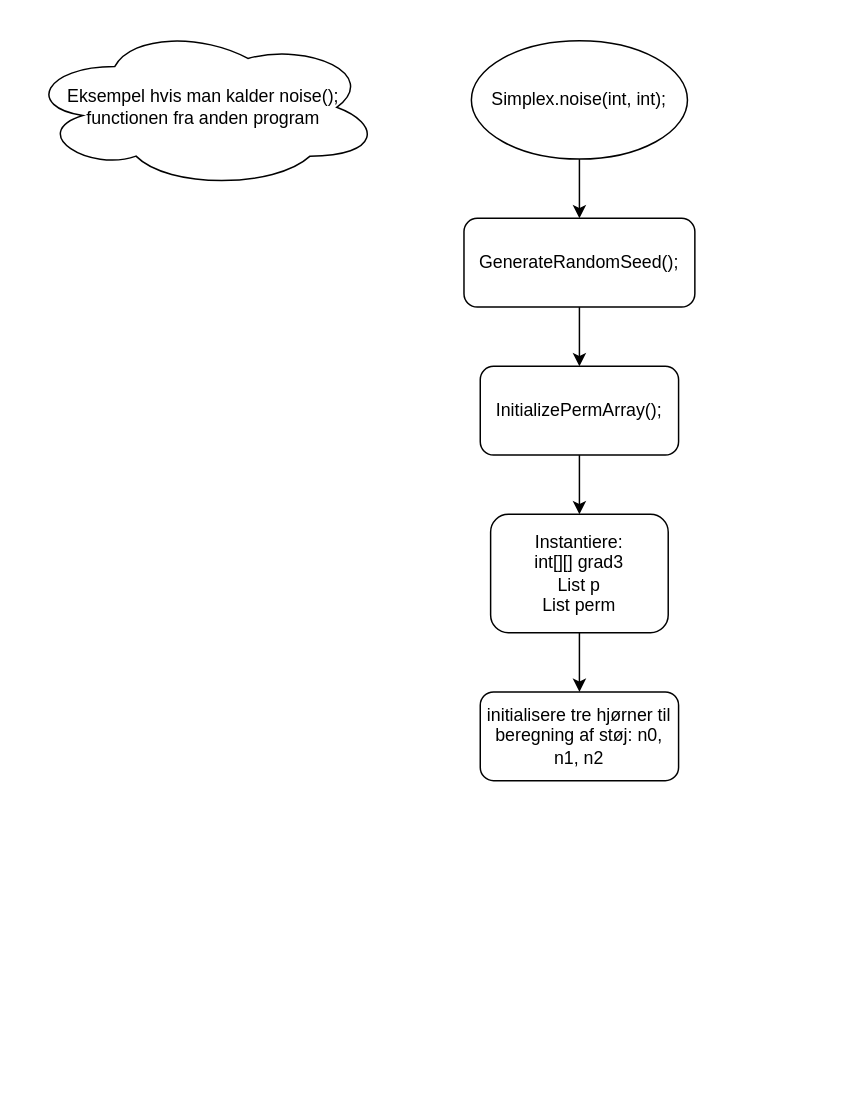
Before: FlowDiagrams.drawio in The2ndGuineaPig/Pink-Noise-Terrain, a draw.io diagram. Source tidied: cells renumbered, new cells numbered last; positions are measured from the earlier drawing's top-left corner, leaving out a move shared by most shapes. Both pictures are drawn from the tidied source at 148%, with x=0, y=0 at pixel (25, 25).
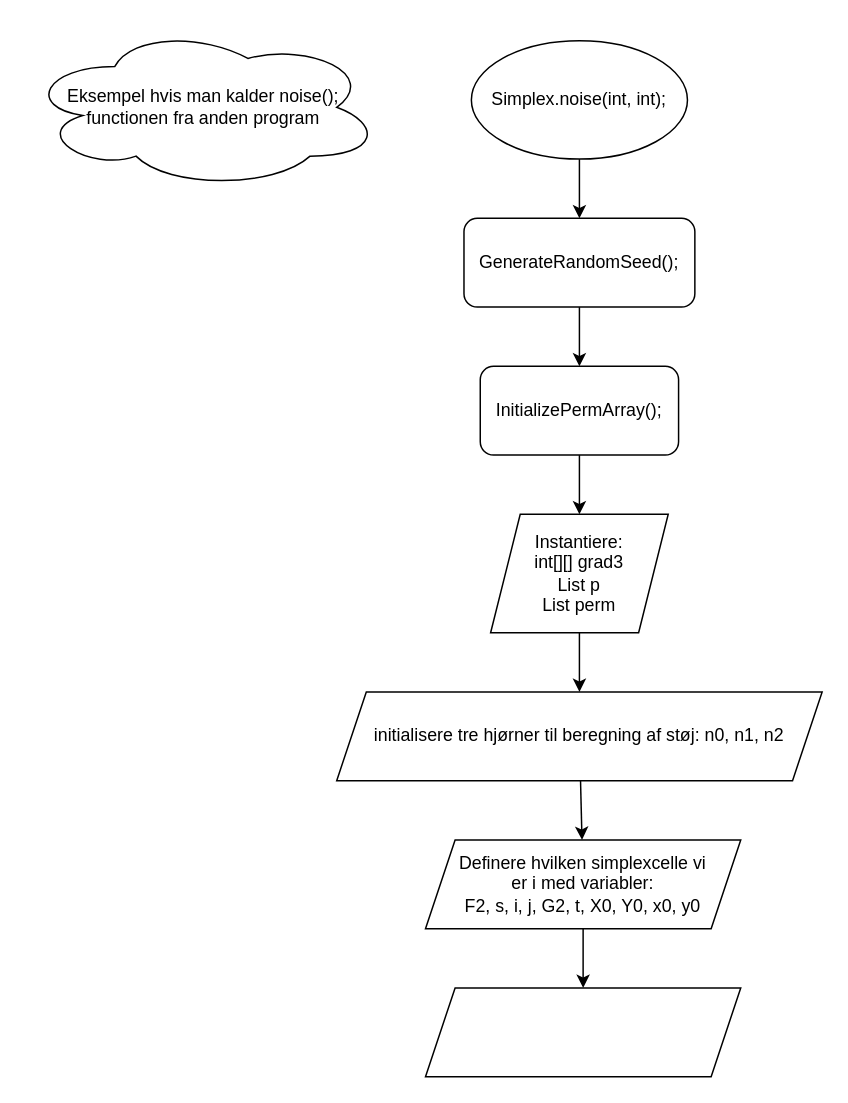
The same page after the edit.

Change to the diagram source:
```diff
@@
 <mxGraphModel>
   <root>
     <mxCell id="0" />
     <mxCell id="1" parent="0" />
     <mxCell id="2" style="edgeStyle=none;html=1;" parent="1" edge="1" source="3" target="6">
       <mxGeometry relative="1" as="geometry" />
     </mxCell>
     <mxCell id="3" value="Simplex.noise(int, int);" style="ellipse;whiteSpace=wrap;html=1;" parent="1" vertex="1">
       <mxGeometry x="301" y="10" width="146" height="80" as="geometry" />
     </mxCell>
     <mxCell id="4" value="Eksempel hvis man kalder noise(); functionen fra anden program" style="ellipse;shape=cloud;whiteSpace=wrap;html=1;" parent="1" vertex="1">
       <mxGeometry width="240" height="110" as="geometry" />
     </mxCell>
     <mxCell id="5" style="edgeStyle=none;html=1;" parent="1" edge="1" source="6" target="8">
       <mxGeometry relative="1" as="geometry" />
     </mxCell>
     <mxCell id="6" value="GenerateRandomSeed();" style="rounded=1;whiteSpace=wrap;html=1;fontFamily=Helvetica;fontSize=12;fontColor=default;align=center;strokeColor=default;fillColor=default;" parent="1" vertex="1">
       <mxGeometry x="296" y="130" width="156" height="60" as="geometry" />
     </mxCell>
     <mxCell id="7" style="edgeStyle=none;html=1;" parent="1" edge="1" source="8" target="10">
       <mxGeometry relative="1" as="geometry" />
     </mxCell>
     <mxCell id="8" value="InitializePermArray();" style="rounded=1;whiteSpace=wrap;html=1;" parent="1" vertex="1">
       <mxGeometry x="307" y="230" width="134" height="60" as="geometry" />
     </mxCell>
     <mxCell id="9" style="edgeStyle=none;html=1;" parent="1" edge="1" source="10" target="11">
       <mxGeometry relative="1" as="geometry" />
     </mxCell>
-    <mxCell id="10" value="Instantiere:&lt;br&gt;int[][] grad3&lt;br&gt;List p&lt;br&gt;List perm" style="whiteSpace=wrap;html=1;rounded=1;" parent="1" vertex="1">
+    <mxCell id="10" value="Instantiere:&lt;br&gt;int[][] grad3&lt;br&gt;List p&lt;br&gt;List perm" style="shape=parallelogram;perimeter=parallelogramPerimeter;whiteSpace=wrap;html=1;fixedSize=1;fontFamily=Helvetica;fontSize=12;fontColor=default;align=center;strokeColor=default;fillColor=default;" parent="1" vertex="1">
       <mxGeometry x="314" y="330" width="120" height="80" as="geometry" />
     </mxCell>
+    <mxCell id="12" style="edgeStyle=none;html=1;" parent="1" edge="1" source="11" target="14">
+      <mxGeometry relative="1" as="geometry" />
+    </mxCell>
-    <mxCell id="11" value="initialisere tre hjørner til beregning af støj: n0, n1, n2" style="rounded=1;whiteSpace=wrap;html=1;" parent="1" vertex="1">
-      <mxGeometry x="307" y="450" width="134" height="60" as="geometry" />
+    <mxCell id="11" value="initialisere tre hjørner til beregning af støj: n0, n1, n2" style="shape=parallelogram;perimeter=parallelogramPerimeter;whiteSpace=wrap;html=1;fixedSize=1;fontFamily=Helvetica;fontSize=12;fontColor=default;align=center;strokeColor=default;fillColor=default;" parent="1" vertex="1">
+      <mxGeometry x="210" y="450" width="328" height="60" as="geometry" />
     </mxCell>
+    <mxCell id="13" style="edgeStyle=none;html=1;" parent="1" edge="1" source="14" target="15">
+      <mxGeometry relative="1" as="geometry" />
+    </mxCell>
+    <mxCell id="14" value="Definere hvilken simplexcelle vi &lt;br&gt;er i med variabler:&lt;br&gt;F2, s, i, j, G2, t, X0, Y0, x0, y0" style="shape=parallelogram;perimeter=parallelogramPerimeter;whiteSpace=wrap;html=1;fixedSize=1;fontFamily=Helvetica;fontSize=12;fontColor=default;align=center;strokeColor=default;fillColor=default;" parent="1" vertex="1">
+      <mxGeometry x="270" y="550" width="213" height="60" as="geometry" />
+    </mxCell>
+    <mxCell id="15" style="shape=parallelogram;perimeter=parallelogramPerimeter;whiteSpace=wrap;html=1;fixedSize=1;fontFamily=Helvetica;fontSize=12;fontColor=default;align=center;strokeColor=default;fillColor=default;" parent="1" vertex="1">
+      <mxGeometry x="270" y="650" width="213" height="60" as="geometry" />
+    </mxCell>
   </root>
 </mxGraphModel>
```
